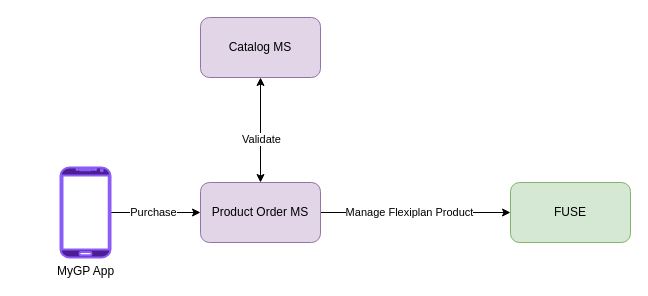
This is Flexiplan Purchase.drawio from theasad/draw.io, a draw.io file, before an edit. Source tidied: cells renumbered, new cells numbered last; positions are measured from the earlier drawing's top-left corner, leaving out a move shared by most shapes. Both pictures are drawn from the tidied source at 100%, with x=0, y=0 at pixel (60, 17).
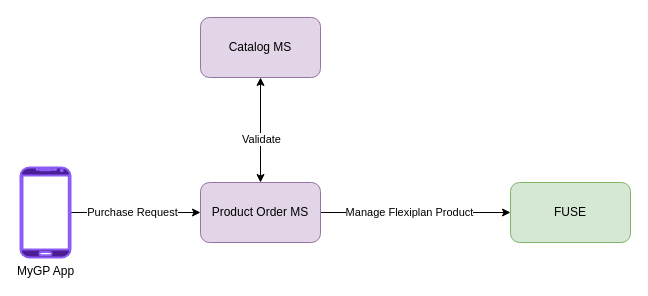
The same diagram, later.

What changed in the source:
```diff
@@
 <mxGraphModel>
   <root>
     <mxCell id="0" />
     <mxCell id="1" parent="0" />
     <mxCell id="2" style="edgeStyle=orthogonalEdgeStyle;rounded=0;jettySize=auto;html=1;entryX=0;entryY=0.5;entryDx=0;entryDy=0;" parent="1" edge="1" source="4" target="7">
       <mxGeometry relative="1" as="geometry" />
     </mxCell>
-    <mxCell id="3" value="Purchase" style="edgeLabel;html=1;align=center;verticalAlign=middle;" parent="2" vertex="1">
+    <mxCell id="3" value="Purchase Request" style="edgeLabel;html=1;align=center;verticalAlign=middle;" parent="2" vertex="1">
       <mxGeometry x="-0.06" y="-2" relative="1" as="geometry">
         <mxPoint y="-3" as="offset" />
       </mxGeometry>
     </mxCell>
     <mxCell id="4" value="MyGP App" style="verticalLabelPosition=bottom;verticalAlign=top;html=1;shadow=0;dashed=0;outlineConnect=0;shape=mxgraph.android.phone2;fillColor=#4c1d95;strokeColor=#8b5cf6;strokeWidth=2;" parent="1" vertex="1">
-      <mxGeometry y="150" width="50" height="90" as="geometry" />
+      <mxGeometry x="-40" y="150" width="50" height="90" as="geometry" />
     </mxCell>
     <mxCell id="5" style="edgeStyle=orthogonalEdgeStyle;rounded=0;jettySize=auto;html=1;exitX=1;exitY=0.5;exitDx=0;exitDy=0;" parent="1" edge="1" source="7" target="8">
       <mxGeometry relative="1" as="geometry" />
     </mxCell>
     <mxCell id="6" value="Manage Flexiplan Product" style="edgeLabel;html=1;align=center;verticalAlign=middle;" parent="5" vertex="1">
       <mxGeometry x="-0.07" relative="1" as="geometry">
         <mxPoint y="-1" as="offset" />
       </mxGeometry>
     </mxCell>
     <mxCell id="7" value="Product Order MS" style="rounded=1;whiteSpace=wrap;html=1;fillColor=#e1d5e7;strokeColor=#9673a6;" parent="1" vertex="1">
       <mxGeometry x="140" y="165" width="120" height="60" as="geometry" />
     </mxCell>
     <mxCell id="8" value="FUSE" style="rounded=1;whiteSpace=wrap;html=1;fillColor=#d5e8d4;strokeColor=#82b366;" parent="1" vertex="1">
       <mxGeometry x="450" y="165" width="120" height="60" as="geometry" />
     </mxCell>
     <mxCell id="9" value="Catalog MS" style="rounded=1;whiteSpace=wrap;html=1;fillColor=#e1d5e7;strokeColor=#9673a6;" parent="1" vertex="1">
       <mxGeometry x="140" width="120" height="60" as="geometry" />
     </mxCell>
     <mxCell id="10" style="endArrow=classic;startArrow=classic;html=1;rounded=0;entryX=0.5;entryY=1;entryDx=0;entryDy=0;exitX=0.5;exitY=0;exitDx=0;exitDy=0;" parent="1" edge="1" source="7" target="9">
       <mxGeometry relative="1" as="geometry" />
     </mxCell>
     <mxCell id="11" value="Validate" style="edgeLabel;html=1;align=center;verticalAlign=middle;" parent="10" vertex="1">
       <mxGeometry x="-0.16" relative="1" as="geometry" />
     </mxCell>
   </root>
 </mxGraphModel>
```
